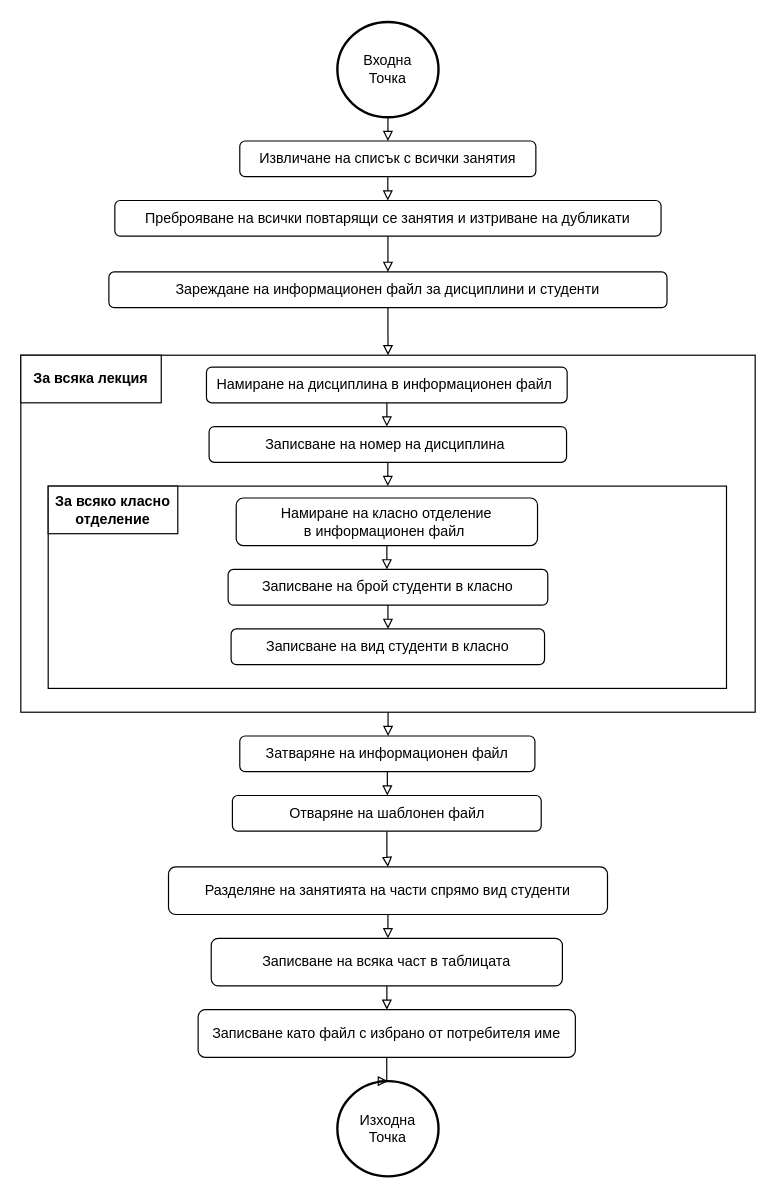
nikolaizhnikolov/NVNA-Schedule-Exporter keeps this draw.io diagram as page "monthly_reports" (5 of 5) of docs/Блоксхеми/technical_charts.drawio. Above is the earlier version. Source tidied: cells renumbered, new cells numbered last; positions are measured from the earlier drawing's top-left corner, leaving out a move shared by most shapes. Both pictures are drawn from the tidied source at 119%, with x=0, y=0 at pixel (20, 21).
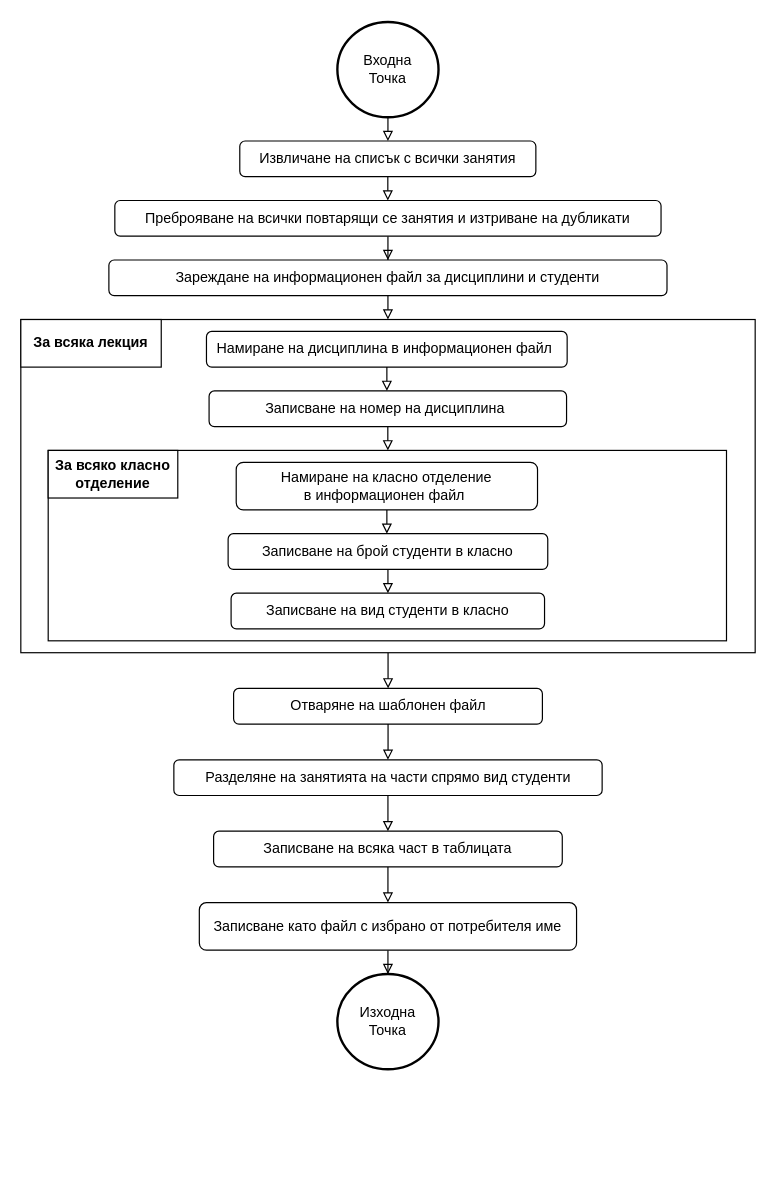
Above is the later version.

Change to the diagram source:
```diff
@@
+    <mxCell id="9" style="edgeStyle=orthogonalEdgeStyle;jettySize=auto;html=1;endArrow=block;endFill=0;rounded=0;startSize=6;" parent="1" edge="1" source="10" target="14">
+      <mxGeometry relative="1" as="geometry" />
+    </mxCell>
     <mxCell id="2" value="Изходна&lt;br&gt;Точка" style="strokeWidth=2;html=1;shape=mxgraph.flowchart.start_2;whiteSpace=wrap;" parent="1" vertex="1">
-      <mxGeometry x="266" y="890" width="85" height="80" as="geometry" />
+      <mxGeometry x="266" y="800" width="85" height="80" as="geometry" />
     </mxCell>
@@
     <mxCell id="8" value="Разделяне на занятията на части спрямо вид студенти" style="rounded=1;whiteSpace=wrap;html=1;strokeWidth=1;" parent="1" vertex="1">
-      <mxGeometry x="124.1" y="710" width="368.9" height="40" as="geometry" />
+      <mxGeometry x="128.6" y="620" width="359.9" height="30" as="geometry" />
     </mxCell>
-    <mxCell id="9" style="edgeStyle=orthogonalEdgeStyle;rounded=0;jettySize=auto;html=1;endArrow=block;endFill=0;" parent="1" edge="1" source="10" target="14">
-      <mxGeometry relative="1" as="geometry" />
-    </mxCell>
     <mxCell id="10" value="Записване на всяка част в таблицата" style="rounded=1;whiteSpace=wrap;html=1;strokeWidth=1;" parent="1" vertex="1">
-      <mxGeometry x="160" y="770" width="295.1" height="40" as="geometry" />
+      <mxGeometry x="162" y="680" width="293" height="30" as="geometry" />
     </mxCell>
@@
     <mxCell id="12" value="Отваряне на шаблонен файл" style="rounded=1;whiteSpace=wrap;html=1;strokeWidth=1;" parent="1" vertex="1">
-      <mxGeometry x="177.8" y="650" width="259.5" height="30" as="geometry" />
+      <mxGeometry x="178.8" y="560" width="259.5" height="30" as="geometry" />
     </mxCell>
@@
     <mxCell id="14" value="Записване като файл с избрано от потребителя име" style="rounded=1;whiteSpace=wrap;html=1;strokeWidth=1;" parent="1" vertex="1">
-      <mxGeometry x="149" y="830" width="317" height="40" as="geometry" />
+      <mxGeometry x="150" y="740" width="317" height="40" as="geometry" />
     </mxCell>
@@
     <mxCell id="18" value="Зареждане на информационен файл за дисциплини и студенти" style="rounded=1;whiteSpace=wrap;html=1;strokeWidth=1;" parent="1" vertex="1">
-      <mxGeometry x="74" y="210" width="469" height="30" as="geometry" />
+      <mxGeometry x="74" y="200" width="469" height="30" as="geometry" />
     </mxCell>
-    <mxCell id="19" style="edgeStyle=orthogonalEdgeStyle;rounded=0;jettySize=auto;html=1;endArrow=block;endFill=0;" parent="1" edge="1" source="20" target="12">
+    <mxCell id="19" style="edgeStyle=orthogonalEdgeStyle;rounded=0;jettySize=auto;html=1;endArrow=block;endFill=0;" parent="1" edge="1" source="22" target="12">
       <mxGeometry relative="1" as="geometry" />
     </mxCell>
-    <mxCell id="20" value="Затваряне на информационен файл" style="rounded=1;whiteSpace=wrap;html=1;strokeWidth=1;" parent="1" vertex="1">
-      <mxGeometry x="184" y="600" width="248" height="30" as="geometry" />
-    </mxCell>
-    <mxCell id="21" style="edgeStyle=orthogonalEdgeStyle;rounded=0;jettySize=auto;html=1;endArrow=block;endFill=0;" parent="1" edge="1" source="22" target="20">
-      <mxGeometry relative="1" as="geometry" />
-    </mxCell>
     <mxCell id="22" style="rounded=0;whiteSpace=wrap;html=1;strokeWidth=1;" parent="1" vertex="1">
-      <mxGeometry y="280" width="617.1" height="300" as="geometry" />
+      <mxGeometry y="250" width="617.1" height="280" as="geometry" />
     </mxCell>
     <mxCell id="23" value="За всяка лекция" style="rounded=0;whiteSpace=wrap;html=1;strokeWidth=1;fontStyle=1;" parent="1" vertex="1">
-      <mxGeometry y="280" width="118" height="40" as="geometry" />
+      <mxGeometry y="250" width="118" height="40" as="geometry" />
     </mxCell>
@@
     <mxCell id="25" value="Намиране на дисциплина в информационен файл&amp;nbsp;" style="rounded=1;whiteSpace=wrap;html=1;strokeWidth=1;" parent="1" vertex="1">
-      <mxGeometry x="156" y="290" width="303.1" height="30" as="geometry" />
+      <mxGeometry x="156" y="260" width="303.1" height="30" as="geometry" />
     </mxCell>
@@
     <mxCell id="27" value="Записване на номер на дисциплина&amp;nbsp;" style="rounded=1;whiteSpace=wrap;html=1;strokeWidth=1;" parent="1" vertex="1">
-      <mxGeometry x="158.2" y="340" width="300.4" height="30" as="geometry" />
+      <mxGeometry x="158.2" y="310" width="300.4" height="30" as="geometry" />
     </mxCell>
     <mxCell id="28" style="rounded=0;whiteSpace=wrap;html=1;strokeWidth=1;" parent="1" vertex="1">
-      <mxGeometry x="23" y="390" width="570" height="170" as="geometry" />
+      <mxGeometry x="23" y="360" width="570" height="160" as="geometry" />
     </mxCell>
     <mxCell id="29" value="За всяко класно отделение" style="rounded=0;whiteSpace=wrap;html=1;strokeWidth=1;fontStyle=1;" parent="1" vertex="1">
-      <mxGeometry x="23" y="390" width="108.9" height="40" as="geometry" />
+      <mxGeometry x="23" y="360" width="108.9" height="40" as="geometry" />
     </mxCell>
@@
     <mxCell id="31" value="Намиране на класно отделение&lt;br&gt;в информационен файл&amp;nbsp;" style="rounded=1;whiteSpace=wrap;html=1;strokeWidth=1;" parent="1" vertex="1">
-      <mxGeometry x="181" y="400" width="253.2" height="40" as="geometry" />
+      <mxGeometry x="181" y="370" width="253.2" height="40" as="geometry" />
     </mxCell>
@@
     <mxCell id="33" value="Записване на брой студенти в класно" style="rounded=1;whiteSpace=wrap;html=1;strokeWidth=1;" parent="1" vertex="1">
-      <mxGeometry x="174.2" y="460" width="268.6" height="30" as="geometry" />
+      <mxGeometry x="174.2" y="430" width="268.6" height="30" as="geometry" />
     </mxCell>
     <mxCell id="34" value="Записване на вид студенти в класно" style="rounded=1;whiteSpace=wrap;html=1;strokeWidth=1;" parent="1" vertex="1">
-      <mxGeometry x="176.7" y="510" width="263.4" height="30" as="geometry" />
+      <mxGeometry x="176.7" y="480" width="263.4" height="30" as="geometry" />
     </mxCell>
```
